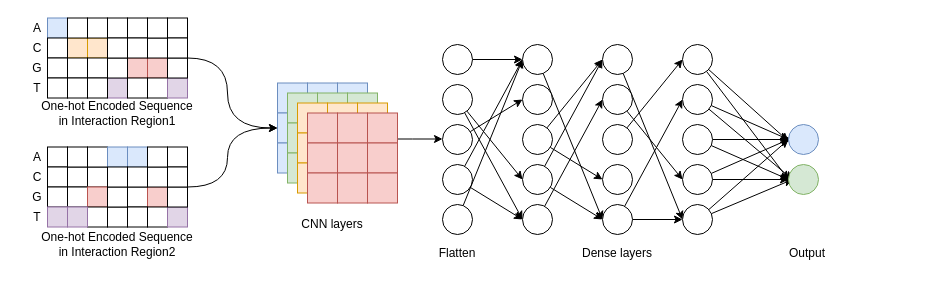
Earlier version of the draw.io diagram onehot_cnn_one_branch.drawio (NaiveTom/draw.io). Source tidied: cells renumbered, new cells numbered last; positions are measured from the earlier drawing's top-left corner, leaving out a move shared by most shapes. Both pictures are drawn from the tidied source at 100%, with x=0, y=0 at pixel (17, 18).
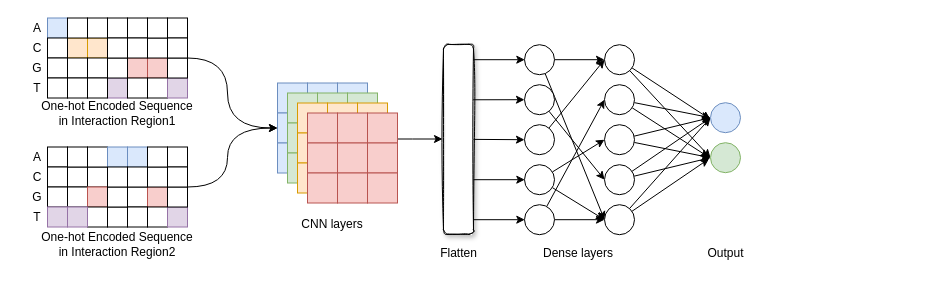
Above is the later version.

The edit, as a diff of the source:
```diff
@@
-    <mxCell id="110" style="edgeStyle=none;rounded=0;jettySize=auto;html=1;entryX=0;entryY=0.5;entryDx=0;entryDy=0;" parent="1" edge="1" source="111" target="123">
-      <mxGeometry relative="1" as="geometry" />
-    </mxCell>
-    <mxCell id="111" style="ellipse;whiteSpace=wrap;html=1;" parent="1" vertex="1">
-      <mxGeometry x="425" y="26" width="30" height="30" as="geometry" />
-    </mxCell>
-    <mxCell id="112" style="edgeStyle=none;rounded=1;jumpSize=20;jettySize=auto;html=1;entryX=0;entryY=0.5;entryDx=0;entryDy=0;strokeWidth=1;" parent="1" edge="1" source="114" target="132">
-      <mxGeometry relative="1" as="geometry" />
-    </mxCell>
-    <mxCell id="113" style="edgeStyle=none;rounded=1;jumpSize=20;jettySize=auto;html=1;entryX=0;entryY=0.5;entryDx=0;entryDy=0;strokeWidth=1;" parent="1" edge="1" source="114" target="130">
-      <mxGeometry relative="1" as="geometry" />
-    </mxCell>
-    <mxCell id="114" style="ellipse;whiteSpace=wrap;html=1;" parent="1" vertex="1">
-      <mxGeometry x="425" y="66" width="30" height="30" as="geometry" />
-    </mxCell>
-    <mxCell id="115" style="rounded=1;jumpSize=20;jettySize=auto;html=1;entryX=0;entryY=0.5;entryDx=0;entryDy=0;strokeWidth=1;" parent="1" edge="1" source="116" target="124">
-      <mxGeometry relative="1" as="geometry" />
-    </mxCell>
-    <mxCell id="116" style="ellipse;whiteSpace=wrap;html=1;" parent="1" vertex="1">
-      <mxGeometry x="425" y="106" width="30" height="30" as="geometry" />
-    </mxCell>
-    <mxCell id="117" style="rounded=1;jumpSize=20;jettySize=auto;html=1;entryX=0;entryY=0.5;entryDx=0;entryDy=0;strokeWidth=1;" parent="1" edge="1" source="119" target="123">
-      <mxGeometry relative="1" as="geometry" />
-    </mxCell>
-    <mxCell id="118" style="edgeStyle=none;rounded=1;jumpSize=20;jettySize=auto;html=1;entryX=0;entryY=0.5;entryDx=0;entryDy=0;strokeWidth=1;" parent="1" edge="1" source="119" target="132">
-      <mxGeometry relative="1" as="geometry" />
-    </mxCell>
-    <mxCell id="119" style="ellipse;whiteSpace=wrap;html=1;" parent="1" vertex="1">
-      <mxGeometry x="425" y="146" width="30" height="30" as="geometry" />
-    </mxCell>
-    <mxCell id="120" style="edgeStyle=none;rounded=1;jumpSize=20;jettySize=auto;html=1;entryX=0;entryY=0.5;entryDx=0;entryDy=0;strokeWidth=1;" parent="1" edge="1" source="121" target="123">
-      <mxGeometry relative="1" as="geometry" />
-    </mxCell>
-    <mxCell id="121" style="ellipse;whiteSpace=wrap;html=1;" parent="1" vertex="1">
-      <mxGeometry x="425" y="186" width="30" height="30" as="geometry" />
-    </mxCell>
-    <mxCell id="122" style="edgeStyle=none;rounded=1;jumpSize=20;jettySize=auto;html=1;entryX=0;entryY=0.5;entryDx=0;entryDy=0;strokeWidth=1;" parent="1" edge="1" source="123" target="144">
-      <mxGeometry relative="1" as="geometry" />
-    </mxCell>
-    <mxCell id="123" style="ellipse;whiteSpace=wrap;html=1;" parent="1" vertex="1">
-      <mxGeometry x="505" y="26" width="30" height="30" as="geometry" />
-    </mxCell>
-    <mxCell id="124" style="ellipse;whiteSpace=wrap;html=1;" parent="1" vertex="1">
-      <mxGeometry x="505" y="66" width="30" height="30" as="geometry" />
-    </mxCell>
-    <mxCell id="125" style="edgeStyle=none;rounded=1;jumpSize=20;jettySize=auto;html=1;entryX=0;entryY=0.5;entryDx=0;entryDy=0;strokeWidth=1;" parent="1" edge="1" source="127" target="141">
-      <mxGeometry relative="1" as="geometry" />
-    </mxCell>
-    <mxCell id="126" style="edgeStyle=none;rounded=1;jumpSize=20;jettySize=auto;html=1;entryX=0;entryY=0.5;entryDx=0;entryDy=0;strokeWidth=1;" parent="1" edge="1" source="127" target="136">
-      <mxGeometry relative="1" as="geometry" />
-    </mxCell>
-    <mxCell id="127" style="ellipse;whiteSpace=wrap;html=1;" parent="1" vertex="1">
-      <mxGeometry x="505" y="106" width="30" height="30" as="geometry" />
-    </mxCell>
-    <mxCell id="128" style="edgeStyle=none;rounded=1;jumpSize=20;jettySize=auto;html=1;entryX=0;entryY=0.5;entryDx=0;entryDy=0;strokeWidth=1;" parent="1" edge="1" source="130" target="136">
-      <mxGeometry relative="1" as="geometry" />
-    </mxCell>
-    <mxCell id="129" style="edgeStyle=none;rounded=1;jumpSize=20;jettySize=auto;html=1;entryX=0;entryY=0.5;entryDx=0;entryDy=0;strokeWidth=1;" parent="1" edge="1" source="130" target="144">
-      <mxGeometry relative="1" as="geometry" />
-    </mxCell>
-    <mxCell id="130" style="ellipse;whiteSpace=wrap;html=1;" parent="1" vertex="1">
-      <mxGeometry x="505" y="146" width="30" height="30" as="geometry" />
-    </mxCell>
-    <mxCell id="131" style="edgeStyle=none;rounded=1;jumpSize=20;jettySize=auto;html=1;entryX=0;entryY=0.5;entryDx=0;entryDy=0;strokeWidth=1;" parent="1" edge="1" source="132" target="138">
-      <mxGeometry relative="1" as="geometry" />
-    </mxCell>
-    <mxCell id="132" style="ellipse;whiteSpace=wrap;html=1;" parent="1" vertex="1">
-      <mxGeometry x="505" y="186" width="30" height="30" as="geometry" />
-    </mxCell>
     <mxCell id="133" value="Dense layers" style="text;html=1;strokeColor=none;fillColor=none;align=center;verticalAlign=middle;whiteSpace=wrap;rounded=0;" parent="1" vertex="1">
-      <mxGeometry x="475" y="225" width="250" height="20" as="geometry" />
+      <mxGeometry x="516" y="225.2" width="90" height="20" as="geometry" />
     </mxCell>
     <mxCell id="134" value="Flatten" style="text;html=1;strokeColor=none;fillColor=none;align=center;verticalAlign=middle;whiteSpace=wrap;rounded=0;" parent="1" vertex="1">
-      <mxGeometry x="315" y="225" width="250" height="20" as="geometry" />
+      <mxGeometry x="430.5" y="225.2" width="21" height="20" as="geometry" />
     </mxCell>
-    <mxCell id="135" style="edgeStyle=none;rounded=1;jumpSize=20;jettySize=auto;html=1;entryX=0;entryY=0.5;entryDx=0;entryDy=0;strokeWidth=1;" parent="1" edge="1" source="136" target="159">
-      <mxGeometry relative="1" as="geometry" />
-    </mxCell>
-    <mxCell id="136" style="ellipse;whiteSpace=wrap;html=1;" parent="1" vertex="1">
-      <mxGeometry x="585" y="26" width="30" height="30" as="geometry" />
-    </mxCell>
-    <mxCell id="137" style="edgeStyle=none;rounded=1;jumpSize=20;jettySize=auto;html=1;entryX=0;entryY=0.5;entryDx=0;entryDy=0;strokeWidth=1;" parent="1" edge="1" source="138" target="156">
-      <mxGeometry relative="1" as="geometry" />
-    </mxCell>
-    <mxCell id="138" style="ellipse;whiteSpace=wrap;html=1;" parent="1" vertex="1">
-      <mxGeometry x="585" y="66" width="30" height="30" as="geometry" />
-    </mxCell>
-    <mxCell id="139" style="edgeStyle=none;rounded=1;jumpSize=20;jettySize=auto;html=1;entryX=0;entryY=0.5;entryDx=0;entryDy=0;strokeWidth=1;" parent="1" edge="1" source="140" target="147">
-      <mxGeometry relative="1" as="geometry" />
-    </mxCell>
-    <mxCell id="140" style="ellipse;whiteSpace=wrap;html=1;" parent="1" vertex="1">
-      <mxGeometry x="585" y="106" width="30" height="30" as="geometry" />
-    </mxCell>
-    <mxCell id="141" style="ellipse;whiteSpace=wrap;html=1;" parent="1" vertex="1">
-      <mxGeometry x="585" y="146" width="30" height="30" as="geometry" />
-    </mxCell>
-    <mxCell id="142" style="edgeStyle=none;rounded=1;jumpSize=20;jettySize=auto;html=1;entryX=0;entryY=0.5;entryDx=0;entryDy=0;strokeWidth=1;" parent="1" edge="1" source="144" target="150">
-      <mxGeometry relative="1" as="geometry" />
-    </mxCell>
-    <mxCell id="143" style="edgeStyle=none;rounded=1;jumpSize=20;jettySize=auto;html=1;entryX=0;entryY=0.5;entryDx=0;entryDy=0;strokeWidth=1;" parent="1" edge="1" source="144" target="159">
-      <mxGeometry relative="1" as="geometry" />
-    </mxCell>
-    <mxCell id="144" style="ellipse;whiteSpace=wrap;html=1;" parent="1" vertex="1">
-      <mxGeometry x="585" y="186" width="30" height="30" as="geometry" />
-    </mxCell>
-    <mxCell id="145" style="edgeStyle=none;rounded=1;jumpSize=20;jettySize=auto;html=1;entryX=0;entryY=0.5;entryDx=0;entryDy=0;strokeWidth=1;" parent="1" edge="1" source="147" target="162">
-      <mxGeometry relative="1" as="geometry" />
-    </mxCell>
-    <mxCell id="146" style="edgeStyle=none;rounded=1;jumpSize=20;jettySize=auto;html=1;strokeWidth=1;entryX=-0.001;entryY=0.557;entryDx=0;entryDy=0;entryPerimeter=0;" parent="1" edge="1" source="147" target="161">
-      <mxGeometry relative="1" as="geometry" />
-    </mxCell>
-    <mxCell id="147" style="ellipse;whiteSpace=wrap;html=1;" parent="1" vertex="1">
-      <mxGeometry x="665" y="26" width="30" height="30" as="geometry" />
-    </mxCell>
-    <mxCell id="148" style="edgeStyle=none;rounded=1;jumpSize=20;jettySize=auto;html=1;entryX=0;entryY=0.5;entryDx=0;entryDy=0;strokeWidth=1;" parent="1" edge="1" source="150" target="161">
-      <mxGeometry relative="1" as="geometry" />
-    </mxCell>
-    <mxCell id="149" style="edgeStyle=none;rounded=1;jumpSize=20;jettySize=auto;html=1;strokeWidth=1;" parent="1" edge="1" source="150">
-      <mxGeometry relative="1" as="geometry">
-        <mxPoint x="775" y="161" as="targetPoint" />
-      </mxGeometry>
-    </mxCell>
-    <mxCell id="150" style="ellipse;whiteSpace=wrap;html=1;" parent="1" vertex="1">
-      <mxGeometry x="665" y="66" width="30" height="30" as="geometry" />
-    </mxCell>
-    <mxCell id="151" style="edgeStyle=none;rounded=1;jumpSize=20;jettySize=auto;html=1;entryX=0;entryY=0.5;entryDx=0;entryDy=0;strokeWidth=1;" parent="1" edge="1" source="153" target="162">
-      <mxGeometry relative="1" as="geometry" />
-    </mxCell>
-    <mxCell id="152" style="edgeStyle=none;rounded=1;jumpSize=20;jettySize=auto;html=1;strokeWidth=1;" parent="1" edge="1" source="153">
-      <mxGeometry relative="1" as="geometry">
-        <mxPoint x="775" y="121" as="targetPoint" />
-      </mxGeometry>
-    </mxCell>
-    <mxCell id="153" style="ellipse;whiteSpace=wrap;html=1;" parent="1" vertex="1">
-      <mxGeometry x="665" y="106" width="30" height="30" as="geometry" />
-    </mxCell>
-    <mxCell id="154" style="edgeStyle=none;rounded=1;jumpSize=20;jettySize=auto;html=1;entryX=0;entryY=0.5;entryDx=0;entryDy=0;strokeWidth=1;" parent="1" edge="1" source="156" target="161">
-      <mxGeometry relative="1" as="geometry" />
-    </mxCell>
-    <mxCell id="155" style="edgeStyle=none;rounded=1;jumpSize=20;jettySize=auto;html=1;strokeWidth=1;entryX=0;entryY=0.5;entryDx=0;entryDy=0;" parent="1" edge="1" source="156" target="162">
-      <mxGeometry relative="1" as="geometry" />
-    </mxCell>
-    <mxCell id="156" style="ellipse;whiteSpace=wrap;html=1;" parent="1" vertex="1">
-      <mxGeometry x="665" y="146" width="30" height="30" as="geometry" />
-    </mxCell>
-    <mxCell id="157" style="edgeStyle=none;rounded=1;jumpSize=20;jettySize=auto;html=1;strokeWidth=1;" parent="1" edge="1" source="159">
-      <mxGeometry relative="1" as="geometry">
-        <mxPoint x="775" y="161" as="targetPoint" />
-      </mxGeometry>
-    </mxCell>
-    <mxCell id="158" style="edgeStyle=none;rounded=1;jumpSize=20;jettySize=auto;html=1;strokeWidth=1;entryX=0;entryY=0.5;entryDx=0;entryDy=0;" parent="1" edge="1" source="159" target="161">
-      <mxGeometry relative="1" as="geometry" />
-    </mxCell>
-    <mxCell id="159" style="ellipse;whiteSpace=wrap;html=1;" parent="1" vertex="1">
-      <mxGeometry x="665" y="186" width="30" height="30" as="geometry" />
-    </mxCell>
+    <mxCell id="163" style="edgeStyle=none;rounded=1;jumpSize=20;jettySize=auto;html=1;entryX=0;entryY=0.5;entryDx=0;entryDy=0;strokeWidth=1;" parent="1" edge="1" source="165" target="190">
+      <mxGeometry relative="1" as="geometry" />
+    </mxCell>
+    <mxCell id="164" style="edgeStyle=none;rounded=0;jettySize=auto;html=1;entryX=0;entryY=0.5;entryDx=0;entryDy=0;" parent="1" edge="1" source="165" target="178">
+      <mxGeometry relative="1" as="geometry" />
+    </mxCell>
+    <mxCell id="165" style="ellipse;whiteSpace=wrap;html=1;" parent="1" vertex="1">
+      <mxGeometry x="507" y="26.2" width="30" height="30" as="geometry" />
+    </mxCell>
+    <mxCell id="166" style="edgeStyle=none;rounded=1;jumpSize=20;jettySize=auto;html=1;entryX=0;entryY=0.5;entryDx=0;entryDy=0;strokeWidth=1;" parent="1" edge="1" source="167" target="187">
+      <mxGeometry relative="1" as="geometry" />
+    </mxCell>
+    <mxCell id="167" style="ellipse;whiteSpace=wrap;html=1;" parent="1" vertex="1">
+      <mxGeometry x="507" y="66.2" width="30" height="30" as="geometry" />
+    </mxCell>
+    <mxCell id="168" style="edgeStyle=none;rounded=1;jumpSize=20;jettySize=auto;html=1;entryX=0;entryY=0.5;entryDx=0;entryDy=0;strokeWidth=1;" parent="1" edge="1" source="169" target="178">
+      <mxGeometry relative="1" as="geometry" />
+    </mxCell>
+    <mxCell id="169" style="ellipse;whiteSpace=wrap;html=1;" parent="1" vertex="1">
+      <mxGeometry x="507" y="106.2" width="30" height="30" as="geometry" />
+    </mxCell>
+    <mxCell id="170" style="edgeStyle=none;rounded=0;jettySize=auto;html=1;entryX=0;entryY=0.5;entryDx=0;entryDy=0;" parent="1" edge="1" source="172" target="184">
+      <mxGeometry relative="1" as="geometry" />
+    </mxCell>
+    <mxCell id="171" style="edgeStyle=none;rounded=0;jettySize=auto;html=1;entryX=0;entryY=0.5;entryDx=0;entryDy=0;" parent="1" edge="1" source="172" target="190">
+      <mxGeometry relative="1" as="geometry" />
+    </mxCell>
+    <mxCell id="172" style="ellipse;whiteSpace=wrap;html=1;" parent="1" vertex="1">
+      <mxGeometry x="507" y="146.2" width="30" height="30" as="geometry" />
+    </mxCell>
+    <mxCell id="173" style="edgeStyle=none;rounded=1;jumpSize=20;jettySize=auto;html=1;entryX=0;entryY=0.5;entryDx=0;entryDy=0;strokeWidth=1;" parent="1" edge="1" source="175" target="181">
+      <mxGeometry relative="1" as="geometry" />
+    </mxCell>
+    <mxCell id="174" style="edgeStyle=none;rounded=1;jumpSize=20;jettySize=auto;html=1;entryX=0;entryY=0.5;entryDx=0;entryDy=0;strokeWidth=1;" parent="1" edge="1" source="175" target="190">
+      <mxGeometry relative="1" as="geometry" />
+    </mxCell>
+    <mxCell id="175" style="ellipse;whiteSpace=wrap;html=1;" parent="1" vertex="1">
+      <mxGeometry x="507" y="186.2" width="30" height="30" as="geometry" />
+    </mxCell>
+    <mxCell id="176" style="edgeStyle=none;rounded=1;jumpSize=20;jettySize=auto;html=1;entryX=0;entryY=0.5;entryDx=0;entryDy=0;strokeWidth=1;" parent="1" edge="1" source="178" target="192">
+      <mxGeometry relative="1" as="geometry" />
+    </mxCell>
+    <mxCell id="177" style="edgeStyle=none;rounded=1;jumpSize=20;jettySize=auto;html=1;strokeWidth=1;entryX=-0.001;entryY=0.557;entryDx=0;entryDy=0;entryPerimeter=0;" parent="1" edge="1" source="178" target="191">
+      <mxGeometry relative="1" as="geometry" />
+    </mxCell>
+    <mxCell id="178" style="ellipse;whiteSpace=wrap;html=1;" parent="1" vertex="1">
+      <mxGeometry x="587" y="26.2" width="30" height="30" as="geometry" />
+    </mxCell>
+    <mxCell id="179" style="edgeStyle=none;rounded=1;jumpSize=20;jettySize=auto;html=1;entryX=0;entryY=0.5;entryDx=0;entryDy=0;strokeWidth=1;" parent="1" edge="1" source="181" target="191">
+      <mxGeometry relative="1" as="geometry" />
+    </mxCell>
+    <mxCell id="180" style="edgeStyle=none;rounded=1;jumpSize=20;jettySize=auto;html=1;strokeWidth=1;entryX=-0.057;entryY=0.483;entryDx=0;entryDy=0;entryPerimeter=0;" parent="1" edge="1" source="181" target="192">
+      <mxGeometry relative="1" as="geometry" />
+    </mxCell>
+    <mxCell id="181" style="ellipse;whiteSpace=wrap;html=1;" parent="1" vertex="1">
+      <mxGeometry x="587" y="66.2" width="30" height="30" as="geometry" />
+    </mxCell>
+    <mxCell id="182" style="edgeStyle=none;rounded=1;jumpSize=20;jettySize=auto;html=1;entryX=0;entryY=0.5;entryDx=0;entryDy=0;strokeWidth=1;" parent="1" edge="1" source="184" target="192">
+      <mxGeometry relative="1" as="geometry" />
+    </mxCell>
+    <mxCell id="183" style="edgeStyle=none;rounded=1;jumpSize=20;jettySize=auto;html=1;strokeWidth=1;entryX=0;entryY=0.5;entryDx=0;entryDy=0;" parent="1" edge="1" source="184" target="191">
+      <mxGeometry relative="1" as="geometry" />
+    </mxCell>
+    <mxCell id="184" style="ellipse;whiteSpace=wrap;html=1;" parent="1" vertex="1">
+      <mxGeometry x="587" y="106.2" width="30" height="30" as="geometry" />
+    </mxCell>
+    <mxCell id="185" style="edgeStyle=none;rounded=1;jumpSize=20;jettySize=auto;html=1;entryX=0;entryY=0.5;entryDx=0;entryDy=0;strokeWidth=1;" parent="1" edge="1" source="187" target="191">
+      <mxGeometry relative="1" as="geometry" />
+    </mxCell>
+    <mxCell id="186" style="edgeStyle=none;rounded=1;jumpSize=20;jettySize=auto;html=1;strokeWidth=1;entryX=0;entryY=0.5;entryDx=0;entryDy=0;" parent="1" edge="1" source="187" target="192">
+      <mxGeometry relative="1" as="geometry" />
+    </mxCell>
+    <mxCell id="187" style="ellipse;whiteSpace=wrap;html=1;" parent="1" vertex="1">
+      <mxGeometry x="587" y="146.2" width="30" height="30" as="geometry" />
+    </mxCell>
+    <mxCell id="188" style="edgeStyle=none;rounded=1;jumpSize=20;jettySize=auto;html=1;strokeWidth=1;entryX=-0.05;entryY=0.538;entryDx=0;entryDy=0;entryPerimeter=0;" parent="1" edge="1" source="190" target="192">
+      <mxGeometry relative="1" as="geometry" />
+    </mxCell>
+    <mxCell id="189" style="edgeStyle=none;rounded=1;jumpSize=20;jettySize=auto;html=1;strokeWidth=1;entryX=0;entryY=0.5;entryDx=0;entryDy=0;" parent="1" edge="1" source="190" target="191">
+      <mxGeometry relative="1" as="geometry" />
+    </mxCell>
+    <mxCell id="190" style="ellipse;whiteSpace=wrap;html=1;" parent="1" vertex="1">
+      <mxGeometry x="587" y="186.2" width="30" height="30" as="geometry" />
+    </mxCell>
     <mxCell id="160" value="&lt;div&gt;Output&lt;/div&gt;" style="text;html=1;strokeColor=none;fillColor=none;align=center;verticalAlign=middle;whiteSpace=wrap;rounded=0;" parent="1" vertex="1">
-      <mxGeometry x="665" y="225" width="250" height="20" as="geometry" />
+      <mxGeometry x="696.8" y="225.2" width="22.5" height="20" as="geometry" />
     </mxCell>
-    <mxCell id="161" style="ellipse;whiteSpace=wrap;html=1;fillColor=#dae8fc;strokeColor=#6c8ebf;" parent="1" vertex="1">
-      <mxGeometry x="771" y="106" width="30" height="30" as="geometry" />
-    </mxCell>
-    <mxCell id="162" style="ellipse;whiteSpace=wrap;html=1;fillColor=#d5e8d4;strokeColor=#82b366;" parent="1" vertex="1">
-      <mxGeometry x="771" y="146" width="30" height="30" as="geometry" />
-    </mxCell>
+    <mxCell id="191" style="ellipse;whiteSpace=wrap;html=1;fillColor=#dae8fc;strokeColor=#6c8ebf;" parent="1" vertex="1">
+      <mxGeometry x="693" y="84.2" width="30" height="30" as="geometry" />
+    </mxCell>
+    <mxCell id="192" style="ellipse;whiteSpace=wrap;html=1;fillColor=#d5e8d4;strokeColor=#82b366;" parent="1" vertex="1">
+      <mxGeometry x="693" y="124.2" width="30" height="30" as="geometry" />
+    </mxCell>
+    <mxCell id="193" style="rounded=0;jettySize=auto;html=1;entryX=0;entryY=0.5;entryDx=0;entryDy=0;" parent="1" edge="1" source="194">
+      <mxGeometry relative="1" as="geometry">
+        <mxPoint x="507" y="121.2" as="targetPoint" />
+      </mxGeometry>
+    </mxCell>
+    <mxCell id="194" style="rounded=1;whiteSpace=wrap;html=1;shadow=1;glass=0;sketch=1;" parent="1" vertex="1">
+      <mxGeometry x="426" y="25.8" width="30" height="190" as="geometry" />
+    </mxCell>
+    <mxCell id="195" style="endArrow=classic;html=1;entryX=0;entryY=0.5;entryDx=0;entryDy=0;exitX=0.989;exitY=0.292;exitDx=0;exitDy=0;exitPerimeter=0;" parent="1" edge="1" source="194">
+      <mxGeometry relative="1" as="geometry">
+        <mxPoint x="507" y="81.2" as="targetPoint" />
+      </mxGeometry>
+    </mxCell>
+    <mxCell id="196" style="endArrow=classic;html=1;entryX=0;entryY=0.5;entryDx=0;entryDy=0;exitX=0.989;exitY=0.292;exitDx=0;exitDy=0;exitPerimeter=0;" parent="1" edge="1">
+      <mxGeometry relative="1" as="geometry">
+        <mxPoint x="456" y="41.2" as="sourcePoint" />
+        <mxPoint x="507.3" y="41.2" as="targetPoint" />
+      </mxGeometry>
+    </mxCell>
+    <mxCell id="197" style="endArrow=classic;html=1;entryX=0;entryY=0.5;entryDx=0;entryDy=0;exitX=0.989;exitY=0.292;exitDx=0;exitDy=0;exitPerimeter=0;" parent="1" edge="1">
+      <mxGeometry relative="1" as="geometry">
+        <mxPoint x="456" y="161.2" as="sourcePoint" />
+        <mxPoint x="507.3" y="161.2" as="targetPoint" />
+      </mxGeometry>
+    </mxCell>
+    <mxCell id="198" style="endArrow=classic;html=1;entryX=0;entryY=0.5;entryDx=0;entryDy=0;exitX=0.989;exitY=0.292;exitDx=0;exitDy=0;exitPerimeter=0;" parent="1" edge="1">
+      <mxGeometry relative="1" as="geometry">
+        <mxPoint x="456" y="201.2" as="sourcePoint" />
+        <mxPoint x="507.3" y="201.2" as="targetPoint" />
+      </mxGeometry>
+    </mxCell>
```
